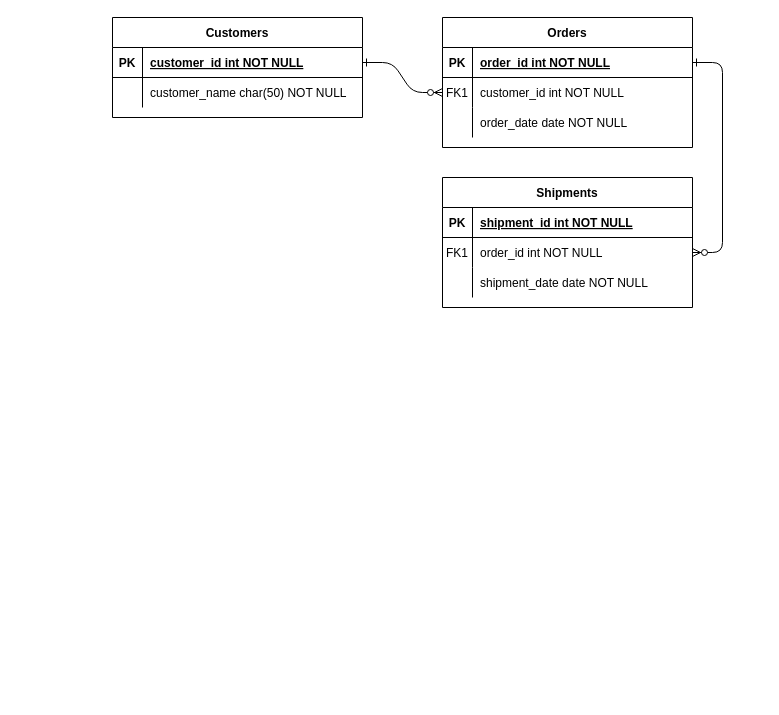
gvdiaz/Curso_SQL keeps this draw.io diagram as Unidad 1/Unidad 3/Conceptuales/Caso_5.drawio. Above is the earlier version. Source tidied: cells renumbered, new cells numbered last; positions are measured from the earlier drawing's top-left corner, leaving out a move shared by most shapes. Both pictures are drawn from the tidied source at 100%, with x=0, y=0 at pixel (112, 17).
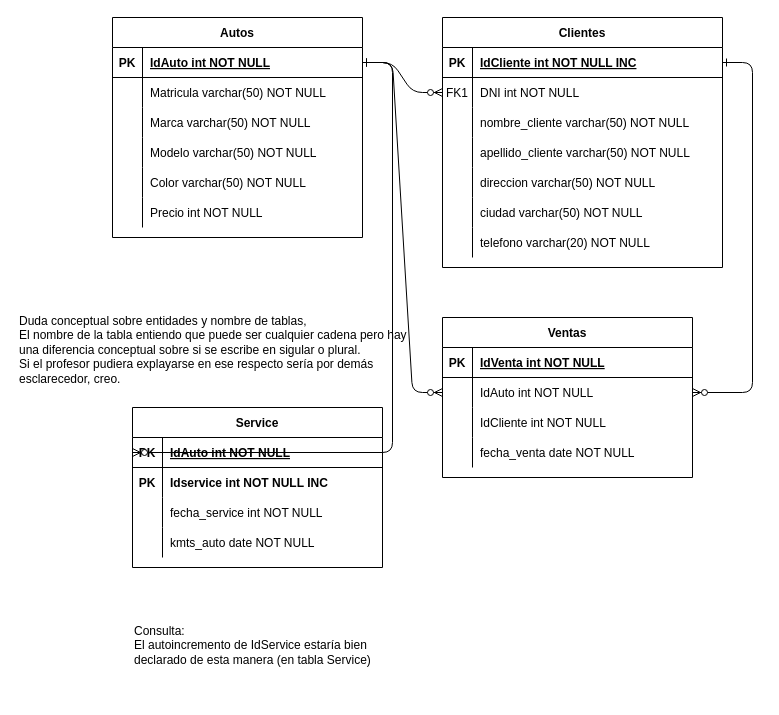
The same page after the edit.

Commit message:
Primera versión de diagrama

The change refers to these unchanged cells:
```xml
<mxCell id="15" style="shape=partialRectangle;fillColor=none;top=0;left=0;right=0;bottom=1;" parent="14" vertex="1">
  <mxGeometry y="30" width="250" height="30" as="geometry" />
</mxCell>
<mxCell id="18" style="shape=partialRectangle;fillColor=none;points=[[0,0.5],[1,0.5]];portConstraint=eastwest;top=0;left=0;right=0;bottom=0;" parent="14" vertex="1">
  <mxGeometry y="60" width="250" height="30" as="geometry" />
</mxCell>
<mxCell id="21" style="shape=partialRectangle;fillColor=none;top=0;left=0;right=0;bottom=0;" parent="14" vertex="1">
  <mxGeometry y="90" width="250" height="30" as="geometry" />
</mxCell>
```

What changed in the source:
```diff
@@
-    <mxCell id="4" value="Orders" style="shape=table;startSize=30;childLayout=tableLayout;rowLines=0;fontStyle=1;align=center;" parent="1" vertex="1">
-      <mxGeometry x="330" width="250" height="130" as="geometry" />
+    <mxCell id="4" value="Clientes" style="shape=table;startSize=30;childLayout=tableLayout;rowLines=0;fontStyle=1;align=center;" parent="1" vertex="1">
+      <mxGeometry x="330" width="280" height="250" as="geometry" />
     </mxCell>
     <mxCell id="5" style="shape=partialRectangle;fillColor=none;points=[[0,0.5],[1,0.5]];portConstraint=eastwest;top=0;left=0;right=0;bottom=1;" parent="4" vertex="1">
-      <mxGeometry y="30" width="250" height="30" as="geometry" />
+      <mxGeometry y="30" width="280" height="30" as="geometry" />
     </mxCell>
@@
-    <mxCell id="7" value="order_id int NOT NULL " style="shape=partialRectangle;overflow=hidden;fillColor=none;top=0;left=0;bottom=0;right=0;align=left;spacingLeft=6;fontStyle=5;" parent="5" vertex="1">
-      <mxGeometry x="30" width="220" height="30" as="geometry" />
+    <mxCell id="7" value="IdCliente int NOT NULL INC" style="shape=partialRectangle;overflow=hidden;fillColor=none;top=0;left=0;bottom=0;right=0;align=left;spacingLeft=6;fontStyle=5;" parent="5" vertex="1">
+      <mxGeometry x="30" width="250" height="30" as="geometry" />
     </mxCell>
     <mxCell id="8" style="shape=partialRectangle;fillColor=none;points=[[0,0.5],[1,0.5]];portConstraint=eastwest;top=0;left=0;right=0;bottom=0;" parent="4" vertex="1">
-      <mxGeometry y="60" width="250" height="30" as="geometry" />
+      <mxGeometry y="60" width="280" height="30" as="geometry" />
     </mxCell>
@@
-    <mxCell id="10" value="customer_id int NOT NULL" style="shape=partialRectangle;overflow=hidden;fillColor=none;top=0;left=0;bottom=0;right=0;align=left;spacingLeft=6;" parent="8" vertex="1">
-      <mxGeometry x="30" width="220" height="30" as="geometry" />
+    <mxCell id="10" value="DNI int NOT NULL" style="shape=partialRectangle;overflow=hidden;fillColor=none;top=0;left=0;bottom=0;right=0;align=left;spacingLeft=6;" parent="8" vertex="1">
+      <mxGeometry x="30" width="250" height="30" as="geometry" />
     </mxCell>
     <mxCell id="11" style="shape=partialRectangle;fillColor=none;top=0;left=0;right=0;bottom=0;" parent="4" vertex="1">
-      <mxGeometry y="90" width="250" height="30" as="geometry" />
+      <mxGeometry y="90" width="280" height="30" as="geometry" />
     </mxCell>
@@
-    <mxCell id="13" value="order_date date NOT NULL" style="shape=partialRectangle;overflow=hidden;fillColor=none;top=0;left=0;bottom=0;right=0;align=left;spacingLeft=6;" parent="11" vertex="1">
-      <mxGeometry x="30" width="220" height="30" as="geometry" />
+    <mxCell id="13" value="nombre_cliente varchar(50) NOT NULL" style="shape=partialRectangle;overflow=hidden;fillColor=none;top=0;left=0;bottom=0;right=0;align=left;spacingLeft=6;" parent="11" vertex="1">
+      <mxGeometry x="30" width="250" height="30" as="geometry" />
     </mxCell>
+    <mxCell id="31" style="shape=partialRectangle;fillColor=none;top=0;left=0;right=0;bottom=0;" parent="4" vertex="1">
+      <mxGeometry y="120" width="280" height="30" as="geometry" />
+    </mxCell>
+    <mxCell id="32" style="shape=partialRectangle;overflow=hidden;fillColor=none;top=0;left=0;bottom=0;right=0;" parent="31" vertex="1">
+      <mxGeometry width="30" height="30" as="geometry" />
+    </mxCell>
+    <mxCell id="33" value="apellido_cliente varchar(50) NOT NULL" style="shape=partialRectangle;overflow=hidden;fillColor=none;top=0;left=0;bottom=0;right=0;align=left;spacingLeft=6;" parent="31" vertex="1">
+      <mxGeometry x="30" width="250" height="30" as="geometry" />
+    </mxCell>
+    <mxCell id="34" style="shape=partialRectangle;fillColor=none;top=0;left=0;right=0;bottom=0;" parent="4" vertex="1">
+      <mxGeometry y="150" width="280" height="30" as="geometry" />
+    </mxCell>
+    <mxCell id="35" style="shape=partialRectangle;overflow=hidden;fillColor=none;top=0;left=0;bottom=0;right=0;" parent="34" vertex="1">
+      <mxGeometry width="30" height="30" as="geometry" />
+    </mxCell>
+    <mxCell id="36" value="direccion varchar(50) NOT NULL" style="shape=partialRectangle;overflow=hidden;fillColor=none;top=0;left=0;bottom=0;right=0;align=left;spacingLeft=6;" parent="34" vertex="1">
+      <mxGeometry x="30" width="250" height="30" as="geometry" />
+    </mxCell>
+    <mxCell id="37" style="shape=partialRectangle;fillColor=none;top=0;left=0;right=0;bottom=0;" parent="4" vertex="1">
+      <mxGeometry y="180" width="280" height="30" as="geometry" />
+    </mxCell>
+    <mxCell id="38" style="shape=partialRectangle;overflow=hidden;fillColor=none;top=0;left=0;bottom=0;right=0;" parent="37" vertex="1">
+      <mxGeometry width="30" height="30" as="geometry" />
+    </mxCell>
+    <mxCell id="39" value="ciudad varchar(50) NOT NULL" style="shape=partialRectangle;overflow=hidden;fillColor=none;top=0;left=0;bottom=0;right=0;align=left;spacingLeft=6;" parent="37" vertex="1">
+      <mxGeometry x="30" width="250" height="30" as="geometry" />
+    </mxCell>
+    <mxCell id="40" style="shape=partialRectangle;fillColor=none;top=0;left=0;right=0;bottom=0;" parent="4" vertex="1">
+      <mxGeometry y="210" width="280" height="30" as="geometry" />
+    </mxCell>
+    <mxCell id="41" style="shape=partialRectangle;overflow=hidden;fillColor=none;top=0;left=0;bottom=0;right=0;" parent="40" vertex="1">
+      <mxGeometry width="30" height="30" as="geometry" />
+    </mxCell>
+    <mxCell id="42" value="telefono varchar(20) NOT NULL" style="shape=partialRectangle;overflow=hidden;fillColor=none;top=0;left=0;bottom=0;right=0;align=left;spacingLeft=6;" parent="40" vertex="1">
+      <mxGeometry x="30" width="250" height="30" as="geometry" />
+    </mxCell>
+    <mxCell id="24" value="Autos" style="shape=table;startSize=30;childLayout=tableLayout;rowLines=0;fontStyle=1;align=center;" parent="1" vertex="1">
+      <mxGeometry width="250" height="220" as="geometry" />
+    </mxCell>
+    <mxCell id="25" style="shape=partialRectangle;fillColor=none;points=[[0,0.5],[1,0.5]];portConstraint=eastwest;top=0;left=0;right=0;bottom=1;" parent="24" vertex="1">
+      <mxGeometry y="30" width="250" height="30" as="geometry" />
+    </mxCell>
+    <mxCell id="26" value="PK" style="shape=partialRectangle;overflow=hidden;fillColor=none;top=0;left=0;bottom=0;right=0;fontStyle=1;" parent="25" vertex="1">
+      <mxGeometry width="30" height="30" as="geometry" />
+    </mxCell>
+    <mxCell id="27" value="IdAuto int NOT NULL " style="shape=partialRectangle;overflow=hidden;fillColor=none;top=0;left=0;bottom=0;right=0;align=left;spacingLeft=6;fontStyle=5;" parent="25" vertex="1">
+      <mxGeometry x="30" width="220" height="30" as="geometry" />
+    </mxCell>
+    <mxCell id="28" style="shape=partialRectangle;fillColor=none;top=0;left=0;right=0;bottom=0;" parent="24" vertex="1">
+      <mxGeometry y="60" width="250" height="30" as="geometry" />
+    </mxCell>
+    <mxCell id="29" style="shape=partialRectangle;overflow=hidden;fillColor=none;top=0;left=0;bottom=0;right=0;" parent="28" vertex="1">
+      <mxGeometry width="30" height="30" as="geometry" />
+    </mxCell>
+    <mxCell id="30" value="Matricula varchar(50) NOT NULL" style="shape=partialRectangle;overflow=hidden;fillColor=none;top=0;left=0;bottom=0;right=0;align=left;spacingLeft=6;" parent="28" vertex="1">
+      <mxGeometry x="30" width="220" height="30" as="geometry" />
+    </mxCell>
+    <mxCell id="43" style="shape=partialRectangle;fillColor=none;top=0;left=0;right=0;bottom=0;" parent="24" vertex="1">
+      <mxGeometry y="90" width="250" height="30" as="geometry" />
+    </mxCell>
+    <mxCell id="44" style="shape=partialRectangle;overflow=hidden;fillColor=none;top=0;left=0;bottom=0;right=0;" parent="43" vertex="1">
+      <mxGeometry width="30" height="30" as="geometry" />
+    </mxCell>
+    <mxCell id="45" value="Marca varchar(50) NOT NULL" style="shape=partialRectangle;overflow=hidden;fillColor=none;top=0;left=0;bottom=0;right=0;align=left;spacingLeft=6;" parent="43" vertex="1">
+      <mxGeometry x="30" width="220" height="30" as="geometry" />
+    </mxCell>
+    <mxCell id="46" style="shape=partialRectangle;fillColor=none;top=0;left=0;right=0;bottom=0;" parent="24" vertex="1">
+      <mxGeometry y="120" width="250" height="30" as="geometry" />
+    </mxCell>
+    <mxCell id="47" style="shape=partialRectangle;overflow=hidden;fillColor=none;top=0;left=0;bottom=0;right=0;" parent="46" vertex="1">
+      <mxGeometry width="30" height="30" as="geometry" />
+    </mxCell>
+    <mxCell id="48" value="Modelo varchar(50) NOT NULL" style="shape=partialRectangle;overflow=hidden;fillColor=none;top=0;left=0;bottom=0;right=0;align=left;spacingLeft=6;" parent="46" vertex="1">
+      <mxGeometry x="30" width="220" height="30" as="geometry" />
+    </mxCell>
+    <mxCell id="49" style="shape=partialRectangle;fillColor=none;top=0;left=0;right=0;bottom=0;" parent="24" vertex="1">
+      <mxGeometry y="150" width="250" height="30" as="geometry" />
+    </mxCell>
+    <mxCell id="50" style="shape=partialRectangle;overflow=hidden;fillColor=none;top=0;left=0;bottom=0;right=0;" parent="49" vertex="1">
+      <mxGeometry width="30" height="30" as="geometry" />
+    </mxCell>
+    <mxCell id="51" value="Color varchar(50) NOT NULL" style="shape=partialRectangle;overflow=hidden;fillColor=none;top=0;left=0;bottom=0;right=0;align=left;spacingLeft=6;" parent="49" vertex="1">
+      <mxGeometry x="30" width="220" height="30" as="geometry" />
+    </mxCell>
+    <mxCell id="52" style="shape=partialRectangle;fillColor=none;top=0;left=0;right=0;bottom=0;" parent="24" vertex="1">
+      <mxGeometry y="180" width="250" height="30" as="geometry" />
+    </mxCell>
+    <mxCell id="53" style="shape=partialRectangle;overflow=hidden;fillColor=none;top=0;left=0;bottom=0;right=0;" parent="52" vertex="1">
+      <mxGeometry width="30" height="30" as="geometry" />
+    </mxCell>
+    <mxCell id="54" value="Precio int NOT NULL" style="shape=partialRectangle;overflow=hidden;fillColor=none;top=0;left=0;bottom=0;right=0;align=left;spacingLeft=6;" parent="52" vertex="1">
+      <mxGeometry x="30" width="220" height="30" as="geometry" />
+    </mxCell>
+    <mxCell id="55" value="&lt;div&gt;Duda conceptual sobre entidades y nombre de tablas,&lt;/div&gt;&lt;div&gt;El nombre de la tabla entiendo que puede ser cualquier cadena pero hay una diferencia conceptual sobre si se escribe en sigular o plural.&lt;/div&gt;&lt;div&gt;Si el profesor pudiera explayarse en ese respecto sería por demás esclarecedor, creo.&lt;br&gt;&lt;/div&gt;" style="text;html=1;strokeColor=none;fillColor=none;align=left;verticalAlign=top;whiteSpace=wrap;rounded=0;" parent="1" vertex="1">
+      <mxGeometry x="-95" y="290" width="400" height="110" as="geometry" />
+    </mxCell>
-    <mxCell id="14" value="Shipments" style="shape=table;startSize=30;childLayout=tableLayout;rowLines=0;fontStyle=1;align=center;" parent="1" vertex="1">
-      <mxGeometry x="330" y="160" width="250" height="130" as="geometry" />
+    <mxCell id="14" value="Ventas" style="shape=table;startSize=30;childLayout=tableLayout;rowLines=0;fontStyle=1;align=center;" parent="1" vertex="1">
+      <mxGeometry x="330" y="300" width="250" height="160" as="geometry" />
     </mxCell>
@@
-    <mxCell id="17" value="shipment_id int NOT NULL " style="shape=partialRectangle;overflow=hidden;fillColor=none;top=0;left=0;bottom=0;right=0;align=left;spacingLeft=6;fontStyle=5;" parent="15" vertex="1">
+    <mxCell id="17" value="IdVenta int NOT NULL " style="shape=partialRectangle;overflow=hidden;fillColor=none;top=0;left=0;bottom=0;right=0;align=left;spacingLeft=6;fontStyle=5;" parent="15" vertex="1">
       <mxGeometry x="30" width="220" height="30" as="geometry" />
     </mxCell>
@@
-    <mxCell id="19" value="FK1" style="shape=partialRectangle;overflow=hidden;fillColor=none;top=0;left=0;bottom=0;right=0;" parent="18" vertex="1">
+    <mxCell id="19" style="shape=partialRectangle;overflow=hidden;fillColor=none;top=0;left=0;bottom=0;right=0;" parent="18" vertex="1">
       <mxGeometry width="30" height="30" as="geometry" />
     </mxCell>
-    <mxCell id="20" value="order_id int NOT NULL" style="shape=partialRectangle;overflow=hidden;fillColor=none;top=0;left=0;bottom=0;right=0;align=left;spacingLeft=6;" parent="18" vertex="1">
+    <mxCell id="20" value="IdAuto int NOT NULL" style="shape=partialRectangle;overflow=hidden;fillColor=none;top=0;left=0;bottom=0;right=0;align=left;spacingLeft=6;" parent="18" vertex="1">
       <mxGeometry x="30" width="220" height="30" as="geometry" />
     </mxCell>
@@
-    <mxCell id="23" value="shipment_date date NOT NULL" style="shape=partialRectangle;overflow=hidden;fillColor=none;top=0;left=0;bottom=0;right=0;align=left;spacingLeft=6;" parent="21" vertex="1">
+    <mxCell id="23" value="IdCliente int NOT NULL" style="shape=partialRectangle;overflow=hidden;fillColor=none;top=0;left=0;bottom=0;right=0;align=left;spacingLeft=6;" parent="21" vertex="1">
       <mxGeometry x="30" width="220" height="30" as="geometry" />
     </mxCell>
-    <mxCell id="24" value="Customers" style="shape=table;startSize=30;childLayout=tableLayout;rowLines=0;fontStyle=1;align=center;" parent="1" vertex="1">
-      <mxGeometry width="250" height="100" as="geometry" />
-    </mxCell>
-    <mxCell id="25" style="shape=partialRectangle;fillColor=none;points=[[0,0.5],[1,0.5]];portConstraint=eastwest;top=0;left=0;right=0;bottom=1;" parent="24" vertex="1">
-      <mxGeometry y="30" width="250" height="30" as="geometry" />
-    </mxCell>
-    <mxCell id="26" value="PK" style="shape=partialRectangle;overflow=hidden;fillColor=none;top=0;left=0;bottom=0;right=0;fontStyle=1;" parent="25" vertex="1">
-      <mxGeometry width="30" height="30" as="geometry" />
-    </mxCell>
-    <mxCell id="27" value="customer_id int NOT NULL " style="shape=partialRectangle;overflow=hidden;fillColor=none;top=0;left=0;bottom=0;right=0;align=left;spacingLeft=6;fontStyle=5;" parent="25" vertex="1">
-      <mxGeometry x="30" width="220" height="30" as="geometry" />
-    </mxCell>
-    <mxCell id="28" style="shape=partialRectangle;fillColor=none;top=0;left=0;right=0;bottom=0;" parent="24" vertex="1">
-      <mxGeometry y="60" width="250" height="30" as="geometry" />
-    </mxCell>
-    <mxCell id="29" style="shape=partialRectangle;overflow=hidden;fillColor=none;top=0;left=0;bottom=0;right=0;" parent="28" vertex="1">
-      <mxGeometry width="30" height="30" as="geometry" />
-    </mxCell>
-    <mxCell id="30" value="customer_name char(50) NOT NULL" style="shape=partialRectangle;overflow=hidden;fillColor=none;top=0;left=0;bottom=0;right=0;align=left;spacingLeft=6;" parent="28" vertex="1">
-      <mxGeometry x="30" width="220" height="30" as="geometry" />
-    </mxCell>
+    <mxCell id="56" style="shape=partialRectangle;fillColor=none;top=0;left=0;right=0;bottom=0;" parent="14" vertex="1">
+      <mxGeometry y="120" width="250" height="30" as="geometry" />
+    </mxCell>
+    <mxCell id="57" style="shape=partialRectangle;overflow=hidden;fillColor=none;top=0;left=0;bottom=0;right=0;" parent="56" vertex="1">
+      <mxGeometry width="30" height="30" as="geometry" />
+    </mxCell>
+    <mxCell id="58" value="fecha_venta date NOT NULL" style="shape=partialRectangle;overflow=hidden;fillColor=none;top=0;left=0;bottom=0;right=0;align=left;spacingLeft=6;" parent="56" vertex="1">
+      <mxGeometry x="30" width="220" height="30" as="geometry" />
+    </mxCell>
+    <mxCell id="59" value="Service" style="shape=table;startSize=30;childLayout=tableLayout;rowLines=0;fontStyle=1;align=center;" parent="1" vertex="1">
+      <mxGeometry x="20" y="390" width="250" height="160" as="geometry" />
+    </mxCell>
+    <mxCell id="60" style="shape=partialRectangle;fillColor=none;points=[[0,0.5],[1,0.5]];portConstraint=eastwest;top=0;left=0;right=0;bottom=1;" parent="59" vertex="1">
+      <mxGeometry y="30" width="250" height="30" as="geometry" />
+    </mxCell>
+    <mxCell id="61" value="PK" style="shape=partialRectangle;overflow=hidden;fillColor=none;top=0;left=0;bottom=0;right=0;fontStyle=1;" parent="60" vertex="1">
+      <mxGeometry width="30" height="30" as="geometry" />
+    </mxCell>
+    <mxCell id="62" value="IdAuto int NOT NULL " style="shape=partialRectangle;overflow=hidden;fillColor=none;top=0;left=0;bottom=0;right=0;align=left;spacingLeft=6;fontStyle=5;" parent="60" vertex="1">
+      <mxGeometry x="30" width="220" height="30" as="geometry" />
+    </mxCell>
+    <mxCell id="63" style="shape=partialRectangle;fillColor=none;top=0;left=0;right=0;bottom=0;" parent="59" vertex="1">
+      <mxGeometry y="60" width="250" height="30" as="geometry" />
+    </mxCell>
+    <mxCell id="64" value="PK" style="shape=partialRectangle;overflow=hidden;fillColor=none;top=0;left=0;bottom=0;right=0;fontStyle=1;" parent="63" vertex="1">
+      <mxGeometry width="30" height="30" as="geometry" />
+    </mxCell>
+    <mxCell id="65" value="Idservice int NOT NULL INC" style="shape=partialRectangle;overflow=hidden;fillColor=none;top=0;left=0;bottom=0;right=0;align=left;spacingLeft=6;fontStyle=1;" parent="63" vertex="1">
+      <mxGeometry x="30" width="220" height="30" as="geometry" />
+    </mxCell>
+    <mxCell id="66" style="shape=partialRectangle;fillColor=none;top=0;left=0;right=0;bottom=0;" parent="59" vertex="1">
+      <mxGeometry y="90" width="250" height="30" as="geometry" />
+    </mxCell>
+    <mxCell id="67" style="shape=partialRectangle;overflow=hidden;fillColor=none;top=0;left=0;bottom=0;right=0;" parent="66" vertex="1">
+      <mxGeometry width="30" height="30" as="geometry" />
+    </mxCell>
+    <mxCell id="68" value="fecha_service int NOT NULL" style="shape=partialRectangle;overflow=hidden;fillColor=none;top=0;left=0;bottom=0;right=0;align=left;spacingLeft=6;" parent="66" vertex="1">
+      <mxGeometry x="30" width="220" height="30" as="geometry" />
+    </mxCell>
+    <mxCell id="69" style="shape=partialRectangle;fillColor=none;top=0;left=0;right=0;bottom=0;" parent="59" vertex="1">
+      <mxGeometry y="120" width="250" height="30" as="geometry" />
+    </mxCell>
+    <mxCell id="70" style="shape=partialRectangle;overflow=hidden;fillColor=none;top=0;left=0;bottom=0;right=0;" parent="69" vertex="1">
+      <mxGeometry width="30" height="30" as="geometry" />
+    </mxCell>
+    <mxCell id="71" value="kmts_auto date NOT NULL" style="shape=partialRectangle;overflow=hidden;fillColor=none;top=0;left=0;bottom=0;right=0;align=left;spacingLeft=6;" parent="69" vertex="1">
+      <mxGeometry x="30" width="220" height="30" as="geometry" />
+    </mxCell>
+    <mxCell id="72" value="&lt;div&gt;Consulta:&lt;/div&gt;&lt;div&gt;El autoincremento de IdService estaría bien declarado de esta manera (en tabla Service)&lt;br&gt;&lt;/div&gt;" style="text;html=1;strokeColor=none;fillColor=none;align=left;verticalAlign=top;whiteSpace=wrap;rounded=0;" parent="1" vertex="1">
+      <mxGeometry x="20" y="600" width="270" height="80" as="geometry" />
+    </mxCell>
+    <mxCell id="73" style="edgeStyle=entityRelationEdgeStyle;endArrow=ERzeroToMany;startArrow=ERone;endFill=1;startFill=0;entryX=0;entryY=0.5;entryDx=0;entryDy=0;" parent="1" edge="1" target="60">
+      <mxGeometry relative="1" as="geometry">
+        <mxPoint x="250" y="45" as="sourcePoint" />
+      </mxGeometry>
+    </mxCell>
+    <mxCell id="74" style="edgeStyle=entityRelationEdgeStyle;endArrow=ERzeroToMany;startArrow=ERone;endFill=1;startFill=0;entryX=0;entryY=0.5;entryDx=0;entryDy=0;exitX=1;exitY=0.5;exitDx=0;exitDy=0;" parent="1" edge="1" source="25" target="18">
+      <mxGeometry relative="1" as="geometry" />
+    </mxCell>
```
